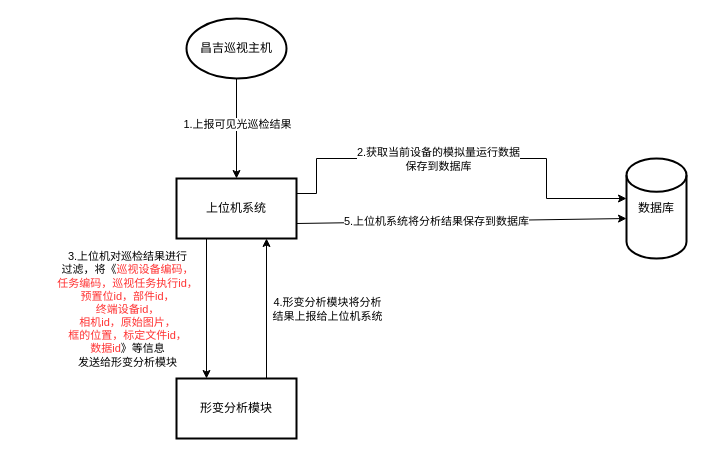
wangyufei0807/draw keeps this draw.io diagram as 昌吉形变分析流程.drawio. Above is the earlier version. Source tidied: cells renumbered, new cells numbered last; positions are measured from the earlier drawing's top-left corner, leaving out a move shared by most shapes. Both pictures are drawn from the tidied source at 100%, with x=0, y=0 at pixel (176, 18).
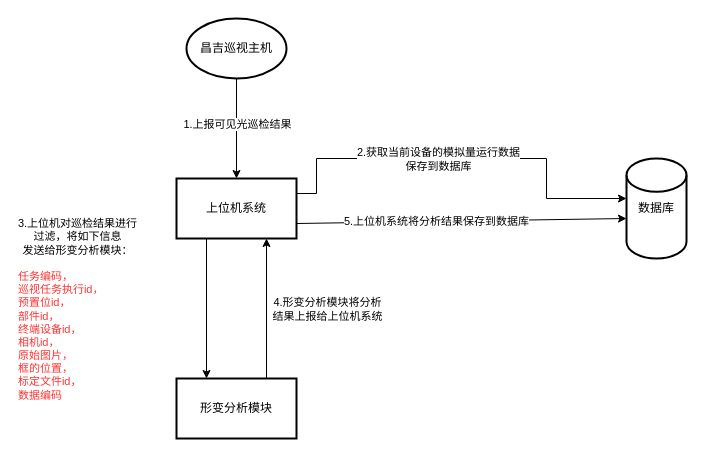
Above is the later version.

Commit message (it also covers changes not shown here):
Update 昌吉形变分析流程.drawio

The change refers to these unchanged cells:
```xml
<mxCell id="5" style="edgeStyle=orthogonalEdgeStyle;rounded=0;jettySize=auto;html=1;exitX=0.25;exitY=1;exitDx=0;exitDy=0;entryX=0.25;entryY=0;entryDx=0;entryDy=0;" parent="1" edge="1" source="11" target="14">
  <mxGeometry relative="1" as="geometry" />
</mxCell>
```

Change to the diagram source:
```diff
@@
-    <mxCell id="6" value="3.上位机对巡检结果进行&lt;br&gt;过滤，将《&lt;font color=&quot;#ff3333&quot;&gt;巡视设备编码，&lt;br&gt;任务编码，巡视任务执行id，&lt;br&gt;预置位id，部件id，&lt;br&gt;终端设备id，&lt;br&gt;相机id，原始图片，&lt;br&gt;框的位置，标定文件id，&lt;br&gt;数据id&lt;/font&gt;》等信息&lt;br&gt;发送给形变分析模块" style="edgeLabel;html=1;align=center;verticalAlign=middle;" parent="5" vertex="1">
+    <mxCell id="6" value="3.上位机对巡检结果进行&lt;br&gt;过滤，将如下信息&lt;br&gt;发送给形变分析模块：&lt;br&gt;&lt;br&gt;&lt;span style=&quot;color: rgb(255 , 51 , 51)&quot;&gt;&lt;div style=&quot;text-align: left&quot;&gt;任务编码，&lt;/div&gt;&lt;div style=&quot;text-align: left&quot;&gt;巡视任务执行id，&lt;/div&gt;&lt;/span&gt;&lt;span style=&quot;color: rgb(255 , 51 , 51)&quot;&gt;&lt;div style=&quot;text-align: left&quot;&gt;预置位id，&lt;/div&gt;&lt;div style=&quot;text-align: left&quot;&gt;部件id，&lt;/div&gt;&lt;/span&gt;&lt;span style=&quot;color: rgb(255 , 51 , 51)&quot;&gt;&lt;div style=&quot;text-align: left&quot;&gt;终端设备id，&lt;/div&gt;&lt;/span&gt;&lt;span style=&quot;color: rgb(255 , 51 , 51)&quot;&gt;&lt;div style=&quot;text-align: left&quot;&gt;相机id，&lt;/div&gt;&lt;div style=&quot;text-align: left&quot;&gt;原始图片，&lt;/div&gt;&lt;/span&gt;&lt;span style=&quot;color: rgb(255 , 51 , 51)&quot;&gt;&lt;div style=&quot;text-align: left&quot;&gt;框的位置，&lt;/div&gt;&lt;div style=&quot;text-align: left&quot;&gt;标定文件id，&lt;/div&gt;&lt;/span&gt;&lt;span style=&quot;color: rgb(255 , 51 , 51)&quot;&gt;&lt;div style=&quot;text-align: left&quot;&gt;数据编码&lt;/div&gt;&lt;/span&gt;" style="edgeLabel;html=1;align=center;verticalAlign=middle;" parent="5" vertex="1">
       <mxGeometry x="-0.07" relative="1" as="geometry">
-        <mxPoint x="-80" y="5" as="offset" />
+        <mxPoint x="-130" y="5" as="offset" />
       </mxGeometry>
     </mxCell>
```
